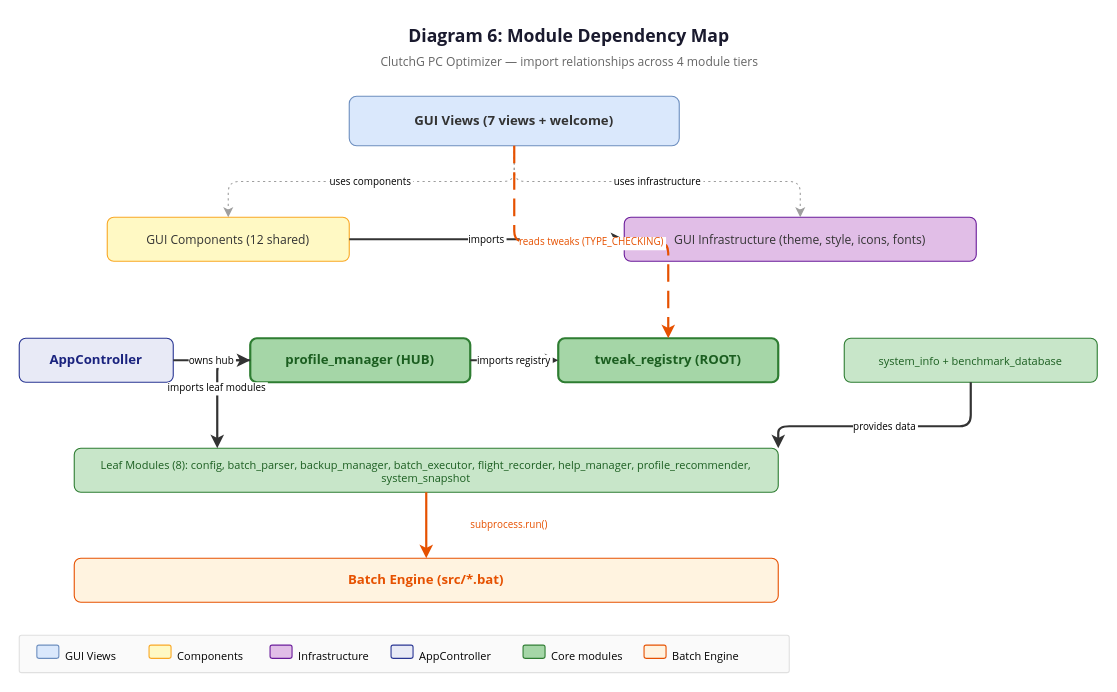
This is docs/diagrams/06-module-dependency-map.drawio from neckttiie090520/clutchg-pc-optimizer, a draw.io file, before an edit. Source tidied: cells renumbered, new cells numbered last; positions are measured from the earlier drawing's top-left corner, leaving out a move shared by most shapes. Both pictures are drawn from the tidied source at 110%, with x=0, y=0 at pixel (19, 19).
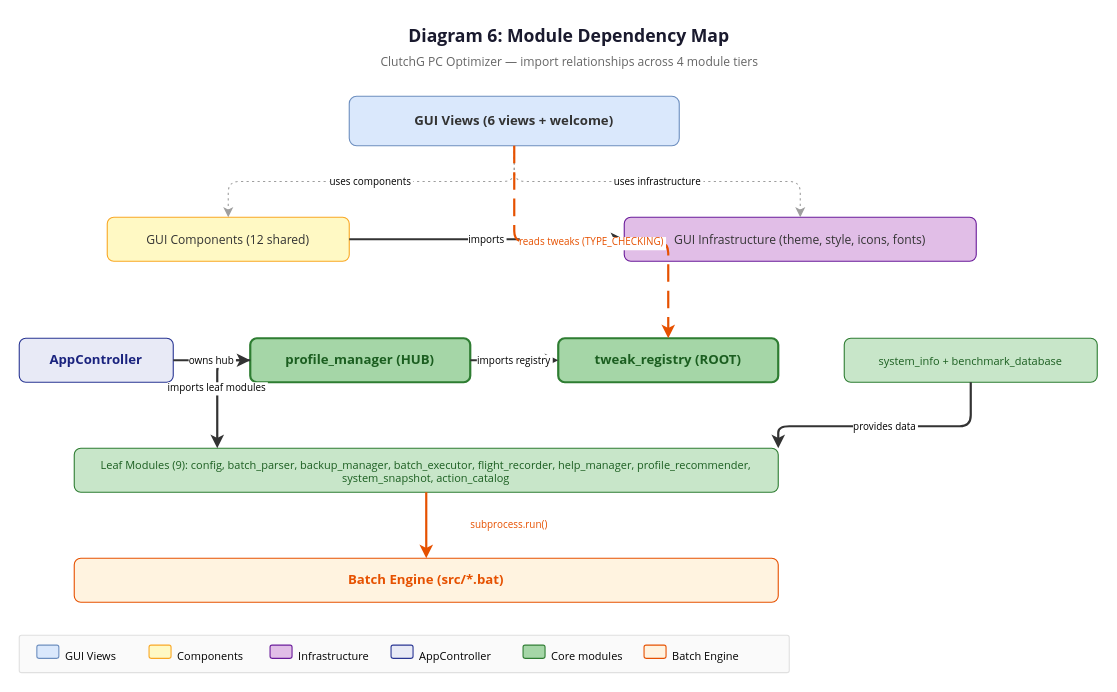
The same page after the edit.

Change to the diagram source:
```diff
@@
-    <mxCell id="4" value="GUI Views (7 views + welcome)" style="rounded=1;whiteSpace=wrap;fillColor=#dae8fc;strokeColor=#6c8ebf;fontFamily=Segoe UI;fontSize=12;fontStyle=1;fontColor=#333333;" parent="1" vertex="1">
+    <mxCell id="4" value="GUI Views (6 views + welcome)" style="rounded=1;whiteSpace=wrap;fillColor=#dae8fc;strokeColor=#6c8ebf;fontFamily=Segoe UI;fontSize=12;fontStyle=1;fontColor=#333333;" parent="1" vertex="1">
       <mxGeometry x="300" y="70" width="300" height="45" as="geometry" />
     </mxCell>
@@
-    <mxCell id="10" value="Leaf Modules (8): config, batch_parser, backup_manager, batch_executor, flight_recorder, help_manager, profile_recommender, system_snapshot" style="rounded=1;whiteSpace=wrap;fillColor=#c8e6c9;strokeColor=#2e7d32;fontFamily=Segoe UI;fontSize=10;fontColor=#1b5e20;" parent="1" vertex="1">
+    <mxCell id="10" value="Leaf Modules (9): config, batch_parser, backup_manager, batch_executor, flight_recorder, help_manager, profile_recommender, system_snapshot, action_catalog" style="rounded=1;whiteSpace=wrap;fillColor=#c8e6c9;strokeColor=#2e7d32;fontFamily=Segoe UI;fontSize=10;fontColor=#1b5e20;" parent="1" vertex="1">
       <mxGeometry x="50" y="390" width="640" height="40" as="geometry" />
     </mxCell>
```
